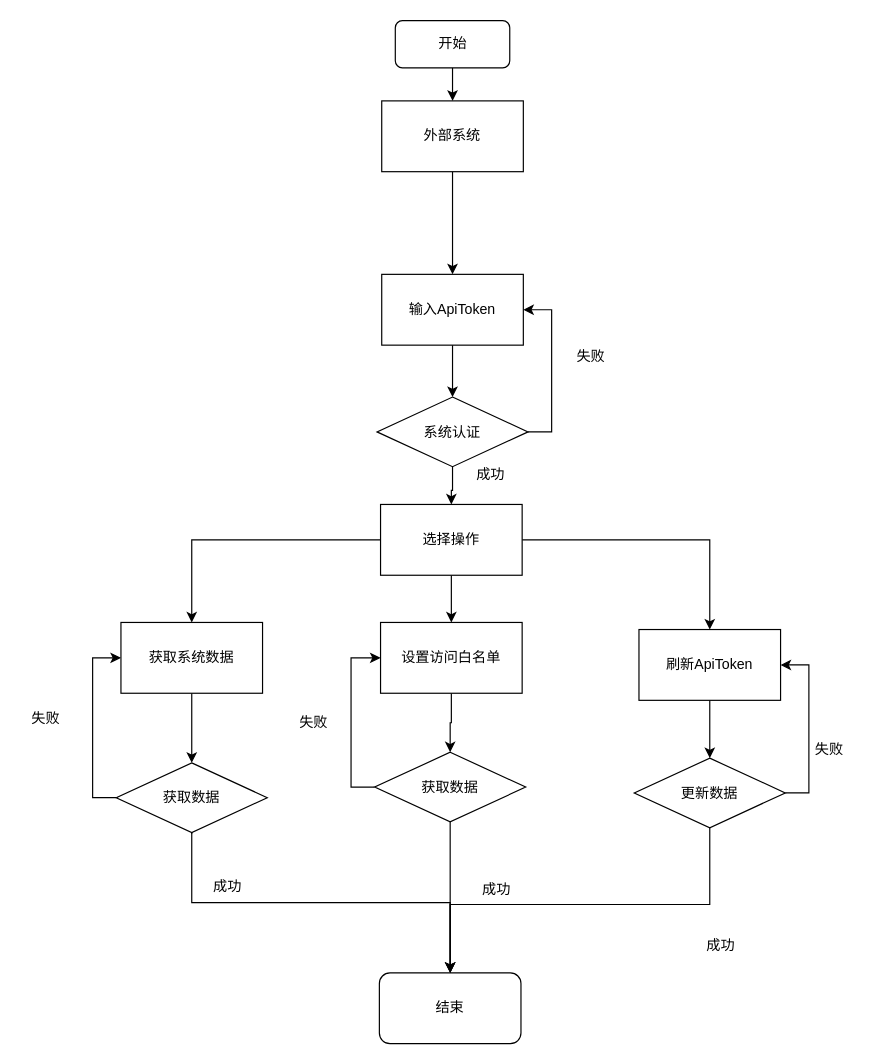
Before: save/Api流程图.drawio in kehaha-5/drawio, a draw.io diagram. Source tidied: cells renumbered, new cells numbered last; positions are measured from the earlier drawing's top-left corner, leaving out a move shared by most shapes. Both pictures are drawn from the tidied source at 118%, with x=0, y=0 at pixel (20, 20).
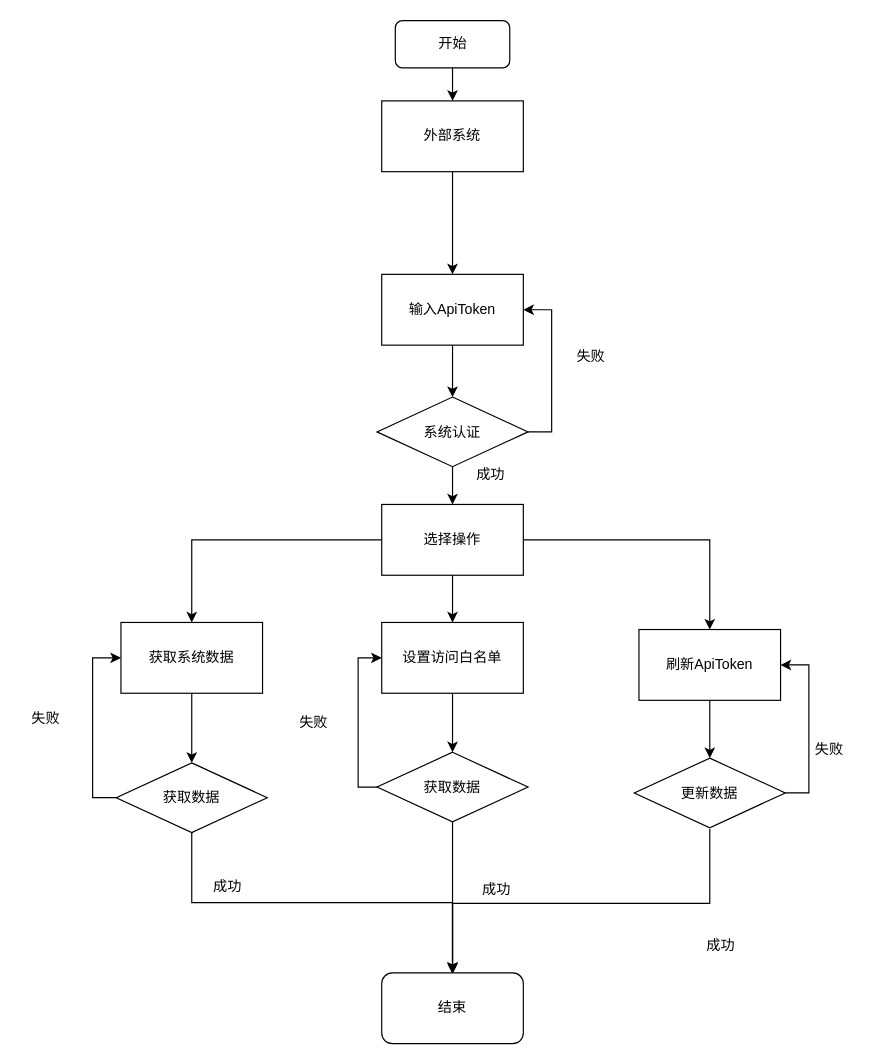
The same diagram, later.

Commit message:
更新Api流程图.drawio

The change refers to these unchanged cells:
```xml
<mxCell id="25" value="更新数据" style="rhombus;whiteSpace=wrap;html=1;rounded=0;" parent="1" vertex="1">
  <mxGeometry x="520" y="625" width="128" height="59" as="geometry" />
</mxCell>
```

What changed in the source:
```diff
@@
     <mxCell id="14" value="选择操作" style="whiteSpace=wrap;html=1;rounded=0;" parent="1" vertex="1">
-      <mxGeometry x="305" y="410" width="120" height="60" as="geometry" />
+      <mxGeometry x="306" y="410" width="120" height="60" as="geometry" />
     </mxCell>
@@
-    <mxCell id="24" style="edgeStyle=orthogonalEdgeStyle;rounded=0;jettySize=auto;html=1;entryX=0.5;entryY=0;entryDx=0;entryDy=0;" parent="1" edge="1" source="25" target="28">
-      <mxGeometry relative="1" as="geometry">
-        <Array as="points">
-          <mxPoint x="584" y="749" />
-          <mxPoint x="364" y="749" />
-        </Array>
-      </mxGeometry>
-    </mxCell>
+    <mxCell id="40" style="edgeStyle=orthogonalEdgeStyle;rounded=0;orthogonalLoop=1;jettySize=auto;html=1;" parent="1" edge="1">
+      <mxGeometry relative="1" as="geometry">
+        <mxPoint x="584" y="685" as="sourcePoint" />
+        <mxPoint x="366" y="808" as="targetPoint" />
+        <Array as="points">
+          <mxPoint x="584" y="748" />
+          <mxPoint x="366" y="748" />
+        </Array>
+      </mxGeometry>
+    </mxCell>
@@
     <mxCell id="28" value="结束" style="rounded=1;whiteSpace=wrap;html=1;" parent="1" vertex="1">
-      <mxGeometry x="304" y="807" width="120" height="60" as="geometry" />
+      <mxGeometry x="306" y="807" width="120" height="60" as="geometry" />
     </mxCell>
@@
     <mxCell id="35" value="设置访问白名单" style="whiteSpace=wrap;html=1;rounded=0;" parent="1" vertex="1">
-      <mxGeometry x="305" y="510" width="120" height="60" as="geometry" />
+      <mxGeometry x="306" y="510" width="120" height="60" as="geometry" />
     </mxCell>
@@
     <mxCell id="37" value="获取数据" style="rhombus;whiteSpace=wrap;html=1;rounded=0;" parent="1" vertex="1">
-      <mxGeometry x="300" y="620" width="128" height="59" as="geometry" />
+      <mxGeometry x="302" y="620" width="128" height="59" as="geometry" />
     </mxCell>
```
